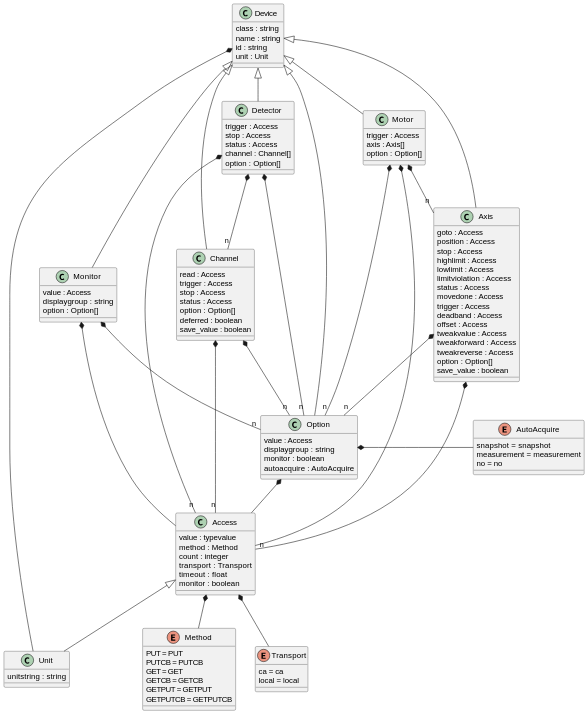
The PlantUML diagram docs/uml/evedata.scml.setup.svg in tillbiskup/evedata, before a commit. The source it was exported from:
```plantuml
@startuml

class Device {
    class : string
    name : string
    id : string
    unit : Unit
}
Device <|-- Detector
Device <|-- Motor
Device <|-- Monitor
Device <|-- Axis
Device <|-- Channel
Device <|-- Option
Device *-- Unit

class Access {
    value : typevalue
    method : Method
    count : integer
    transport : Transport
    timeout : float
    monitor : boolean
}
Access <|-- Unit
Access *-- Method
Access *-- Transport

enum AutoAcquire {
    snapshot = snapshot
    measurement = measurement
    no = no
}

class Axis {
    goto : Access
    position : Access
    stop : Access
    highlimit : Access
    lowlimit : Access
    limitviolation : Access
    status : Access
    movedone : Access
    trigger : Access
    deadband : Access
    offset : Access
    tweakvalue : Access
    tweakforward : Access
    tweakreverse : Access
    option : Option[]
    save_value : boolean
}
Axis *-- "n" Access
Axis *-- "n" Option

class Channel {
    read : Access
    trigger : Access
    stop : Access
    status : Access
    option : Option[]
    deferred : boolean
    save_value : boolean
}
Channel *-- "n" Access
Channel *-- "n" Option

class Detector {
    trigger : Access
    stop : Access
    status : Access
    channel : Channel[]
    option : Option[]
}
Detector *-- "n" Access
Detector *-- "n" Channel
Detector *-- "n" Option

class Monitor {
    value : Access
    displaygroup : string
    option : Option[]
}
Monitor *-- Access
Monitor *-- "n" Option

enum Method {
    PUT = PUT
    PUTCB = PUTCB
    GET = GET
    GETCB = GETCB
    GETPUT = GETPUT
    GETPUTCB = GETPUTCB
}

class Motor {
    trigger : Access
    axis : Axis[]
    option : Option[]
}
Motor *-- Access
Motor *-- "n" Axis
Motor *-- "n" Option

class Option {
    value : Access
    displaygroup : string
    monitor : boolean
    autoacquire : AutoAcquire
}
Option *-- Access
Option *- AutoAcquire

enum Transport {
    ca = ca
    local = local
}

class Unit {
    unitstring : string
}
@enduml
```
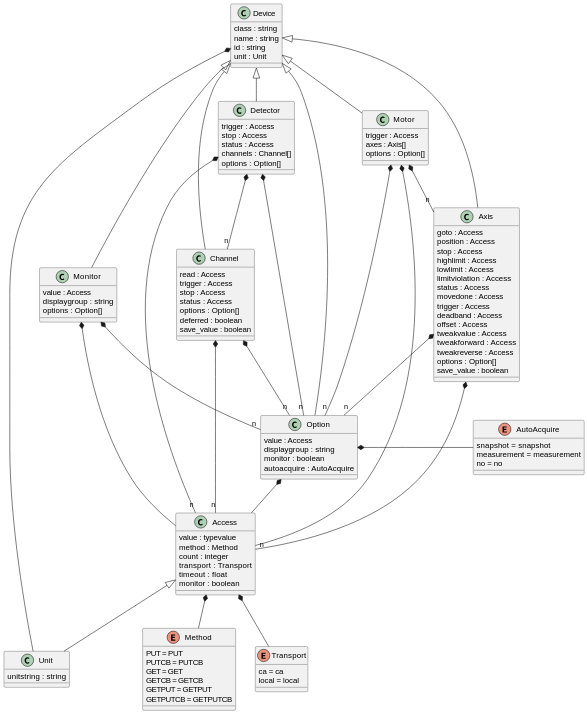
The same diagram one commit later.

Change to the diagram source:
```diff
@@ -47,7 +47,7 @@
     tweakvalue : Access
     tweakforward : Access
     tweakreverse : Access
-    option : Option[]
+    options : Option[]
     save_value : boolean
 }
 Axis *-- "n" Access
@@ -58,7 +58,7 @@
     trigger : Access
     stop : Access
     status : Access
-    option : Option[]
+    options : Option[]
     deferred : boolean
     save_value : boolean
 }
@@ -69,8 +69,8 @@
     trigger : Access
     stop : Access
     status : Access
-    channel : Channel[]
-    option : Option[]
+    channels : Channel[]
+    options : Option[]
 }
 Detector *-- "n" Access
 Detector *-- "n" Channel
@@ -79,7 +79,7 @@
 class Monitor {
     value : Access
     displaygroup : string
-    option : Option[]
+    options : Option[]
 }
 Monitor *-- Access
 Monitor *-- "n" Option
@@ -95,8 +95,8 @@
 
 class Motor {
     trigger : Access
-    axis : Axis[]
-    option : Option[]
+    axes : Axis[]
+    options : Option[]
 }
 Motor *-- Access
 Motor *-- "n" Axis
```
